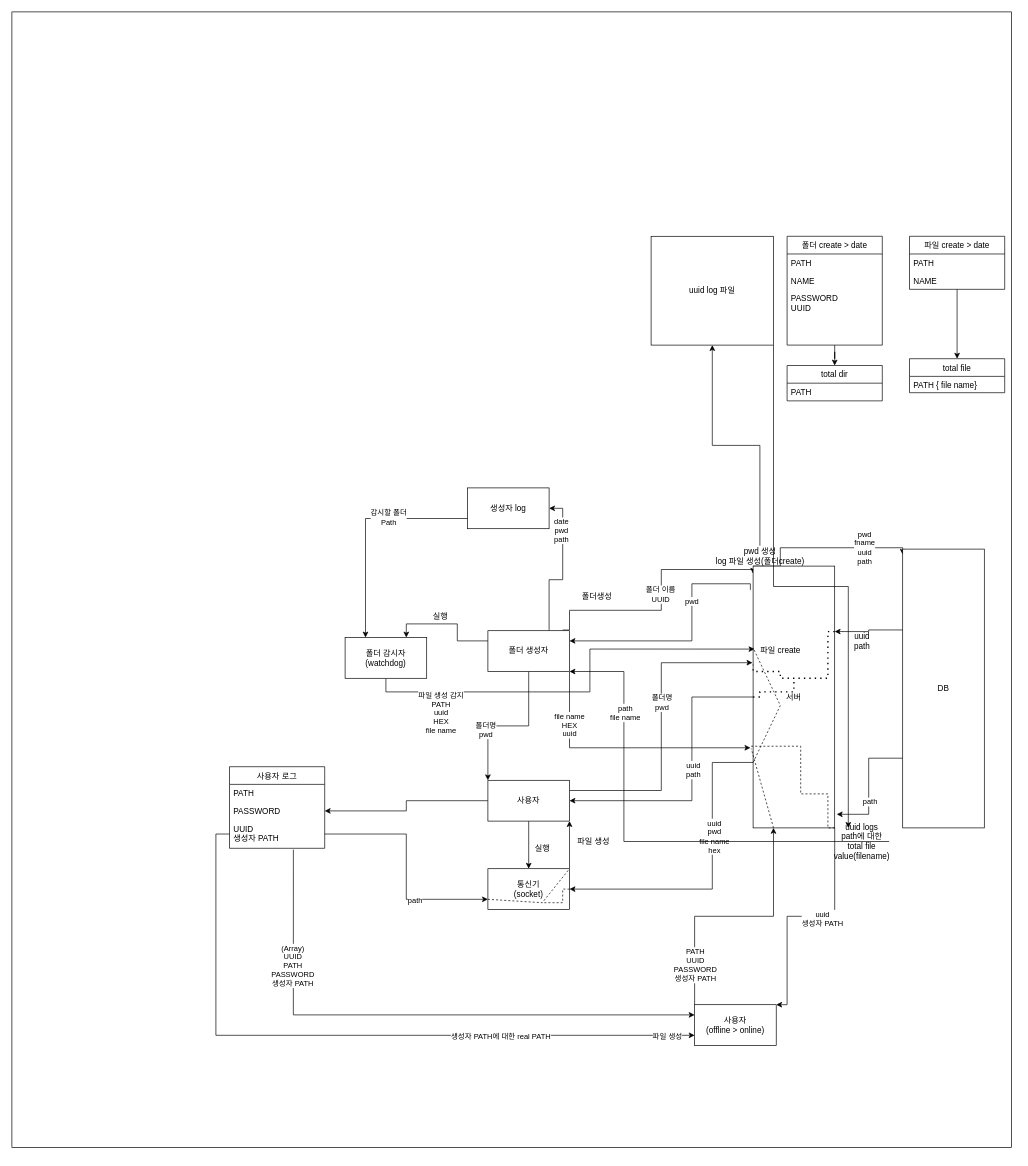
Earlier version of the draw.io diagram 제목 없는 다이어그램.drawio (omh02033/t-tracking). Source tidied: cells renumbered, new cells numbered last; positions are measured from the earlier drawing's top-left corner, leaving out a move shared by most shapes. Both pictures are drawn from the tidied source at 68%, with x=0, y=0 at pixel (12, 12).
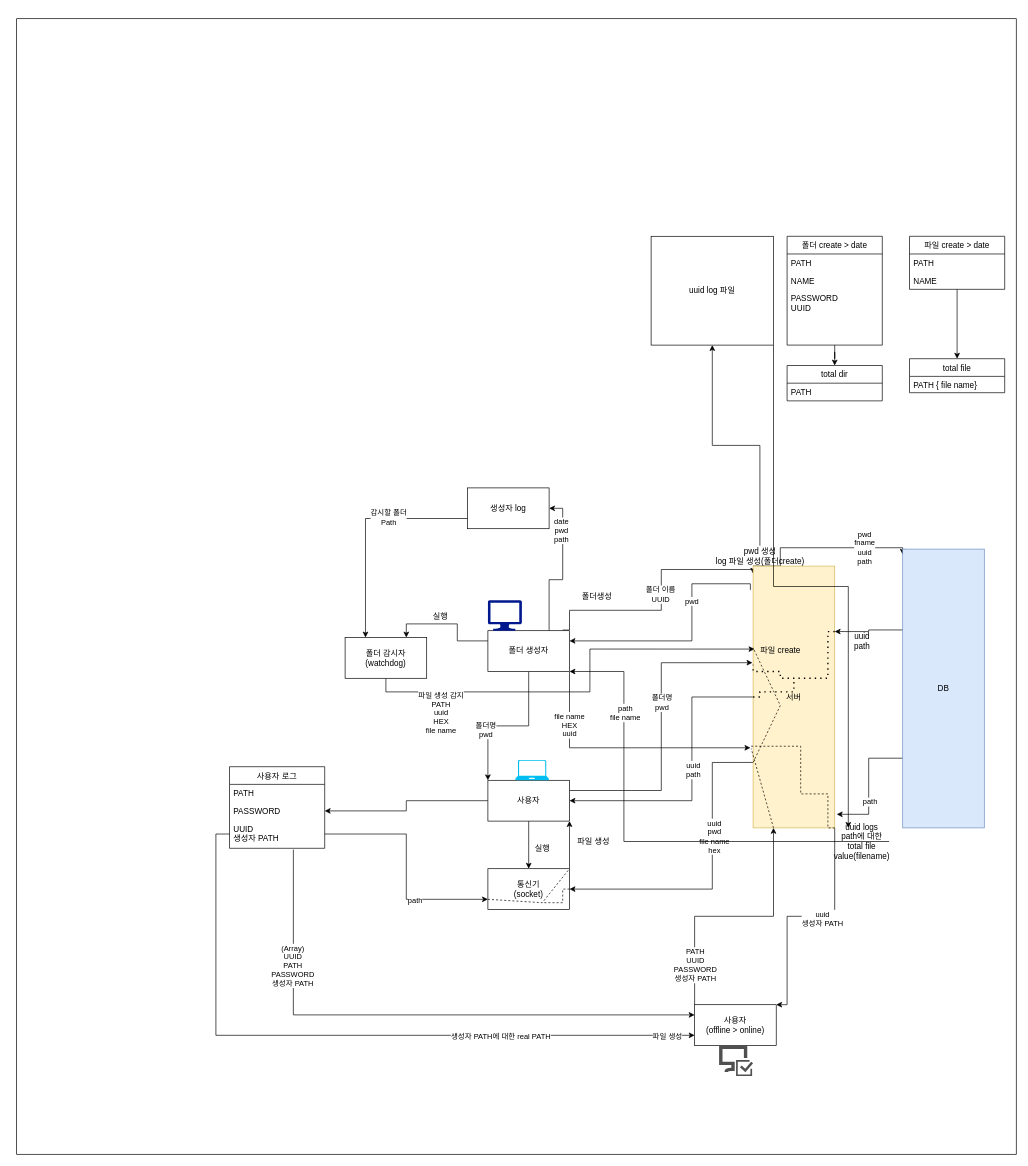
After the change.

Change to the diagram source:
```diff
@@
     <mxCell id="2" style="rounded=0;whiteSpace=wrap;html=1;" parent="1" vertex="1">
-      <mxGeometry width="1470" height="1670" as="geometry" />
+      <mxGeometry x="7" y="10" width="1470" height="1670" as="geometry" />
     </mxCell>
@@
-    <mxCell id="23" value="서버" style="rounded=0;whiteSpace=wrap;html=1;" parent="1" vertex="1">
+    <mxCell id="23" value="서버" style="rounded=0;whiteSpace=wrap;html=1;fillColor=#fff2cc;strokeColor=#d6b656;" parent="1" vertex="1">
       <mxGeometry x="1090" y="815" width="120" height="385" as="geometry" />
     </mxCell>
@@
-    <mxCell id="27" value="DB" style="rounded=0;whiteSpace=wrap;html=1;" parent="1" vertex="1">
+    <mxCell id="27" value="DB" style="rounded=0;whiteSpace=wrap;html=1;fillColor=#dae8fc;strokeColor=#6c8ebf;" parent="1" vertex="1">
       <mxGeometry x="1310" y="790" width="120" height="410" as="geometry" />
     </mxCell>
@@
+    <mxCell id="88" style="shadow=0;dashed=0;html=1;strokeColor=none;labelPosition=center;verticalLabelPosition=bottom;verticalAlign=top;align=center;fillColor=#505050;shape=mxgraph.mscae.intune.computer_inventory;" parent="1" vertex="1">
+      <mxGeometry x="1040" y="1520" width="50" height="45" as="geometry" />
+    </mxCell>
+    <mxCell id="89" style="shadow=0;dashed=0;html=1;strokeColor=none;labelPosition=center;verticalLabelPosition=bottom;verticalAlign=top;align=center;fillColor=#00188D;shape=mxgraph.azure.computer;" parent="1" vertex="1">
+      <mxGeometry x="700" y="865" width="50" height="45" as="geometry" />
+    </mxCell>
+    <mxCell id="90" style="verticalLabelPosition=bottom;html=1;verticalAlign=top;align=center;strokeColor=none;fillColor=#00BEF2;shape=mxgraph.azure.laptop;" parent="1" vertex="1">
+      <mxGeometry x="740" y="1100" width="50" height="30" as="geometry" />
+    </mxCell>
```
